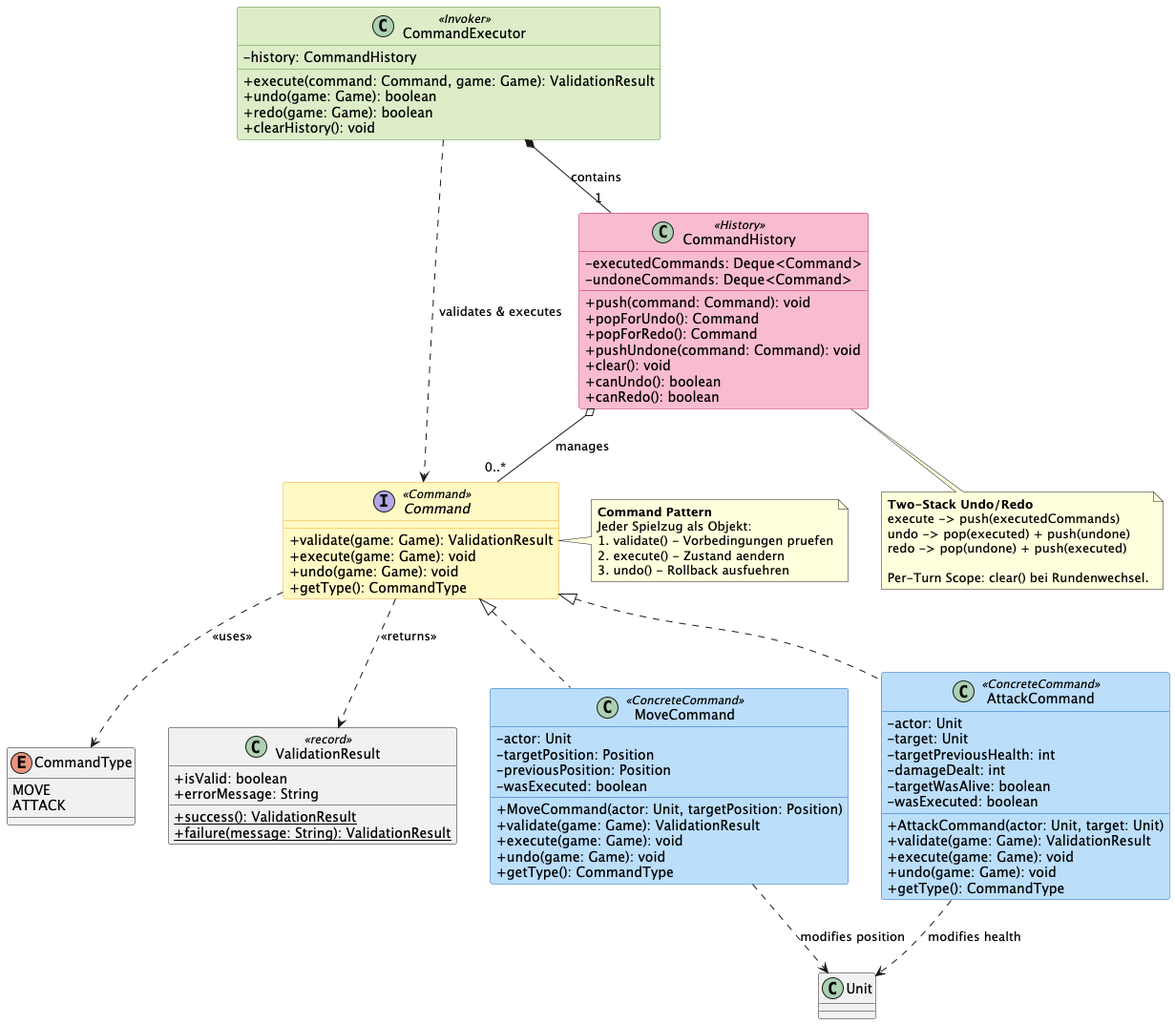
The PlantUML diagram docs/LaTeX/images/Command_Pattern___ElementarClash.png in mmukex/elementarClash, before a commit.
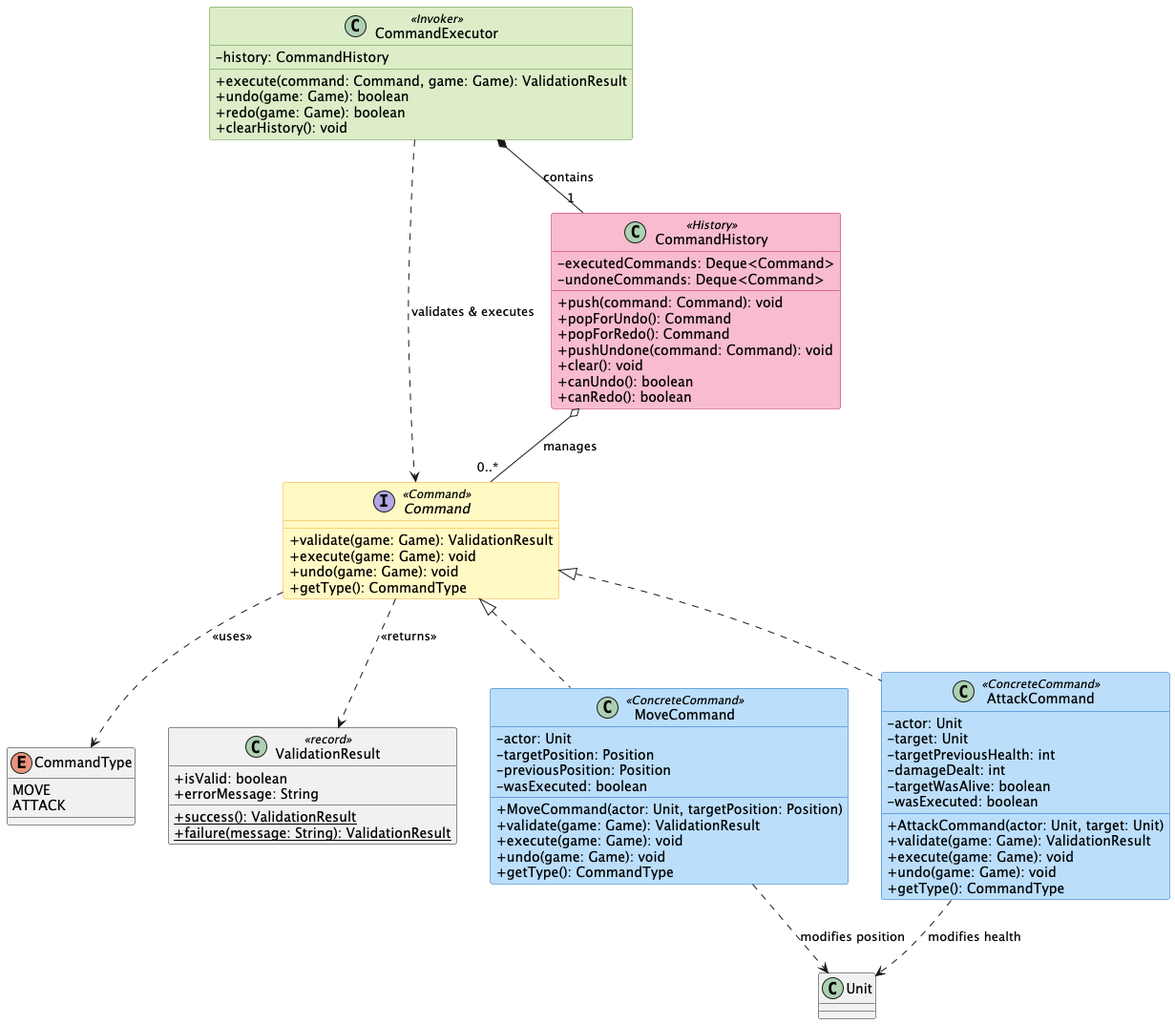
The same file after the commit.

Change to the diagram source:
```diff
@@ -95,21 +95,4 @@
 MoveCommand ..> Unit : modifies position
 AttackCommand ..> Unit : modifies health
 
-note right of Command
-  **Command Pattern**
-  Jeder Spielzug als Objekt:
-  1. validate() - Vorbedingungen pruefen
-  2. execute() - Zustand aendern
-  3. undo() - Rollback ausfuehren
-end note
-
-note bottom of CommandHistory
-  **Two-Stack Undo/Redo**
-  execute -> push(executedCommands)
-  undo -> pop(executed) + push(undone)
-  redo -> pop(undone) + push(executed)
-
-  Per-Turn Scope: clear() bei Rundenwechsel.
-end note
-
 @enduml
```
